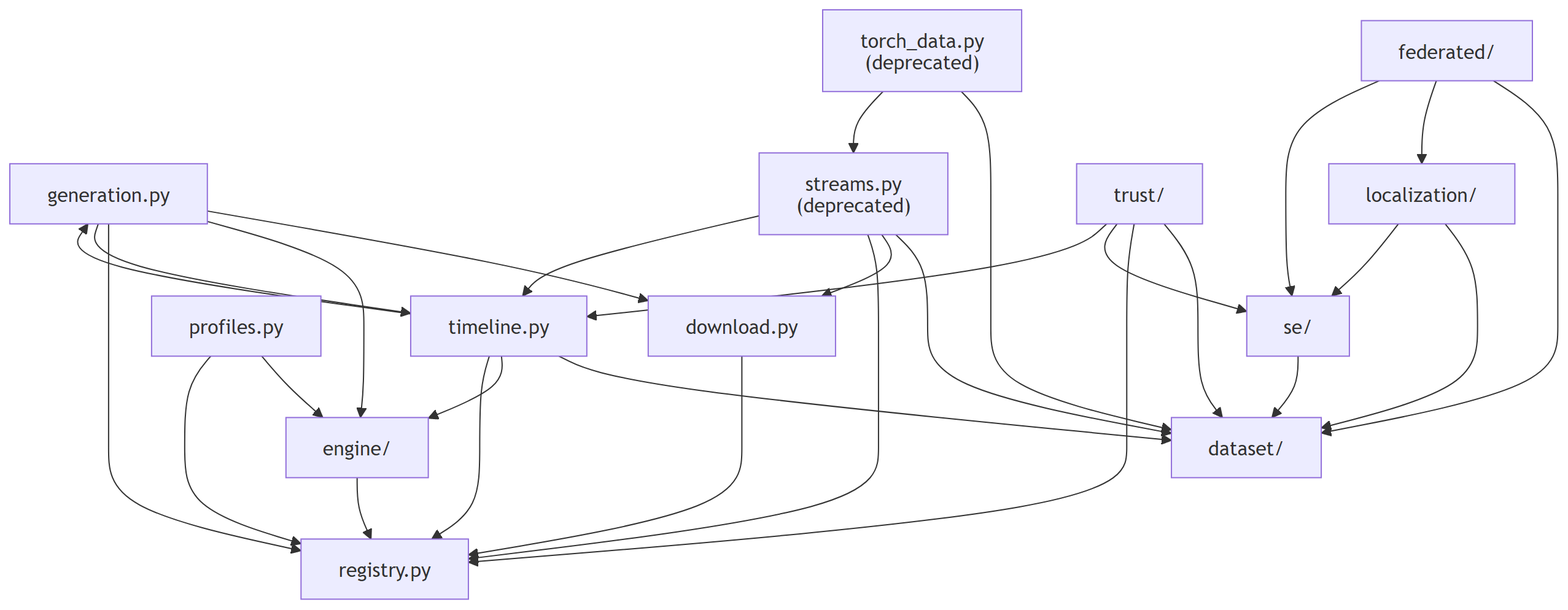
Earlier version of the Mermaid export docs/figures/diagrams/modules.png (myersben9/fdia-graph). Its source is kept beside it as docs/figures/diagrams/modules.mmd.
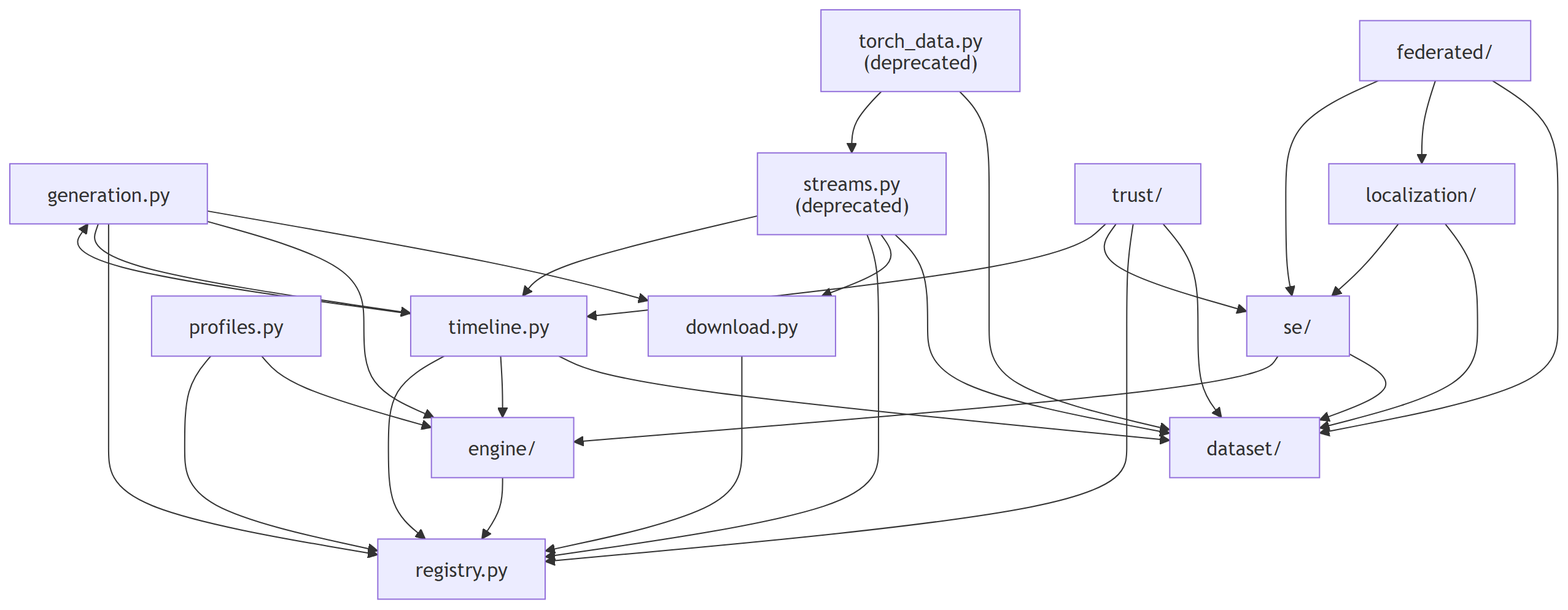
After the commit.

Diff of the diagram source:
```diff
@@ -26,6 +26,7 @@
     profiles --> engine
     profiles --> registry
     se --> dataset
+    se --> engine
     streams --> dataset
     streams --> download
     streams --> registry
```
